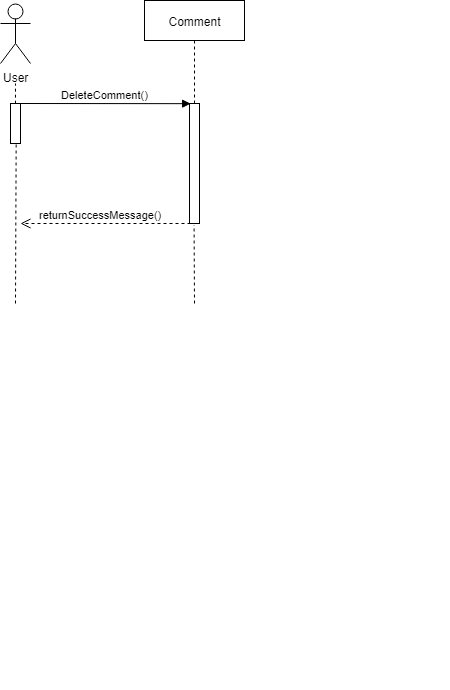
Before: Behavioral/Sequence Diagram/Delete Comment.png, a diagram exported from draw.io (group-c/sw-project). Source tidied: cells renumbered, new cells last; positions are measured from the earlier drawing's top-left corner, leaving out a move shared by most shapes.
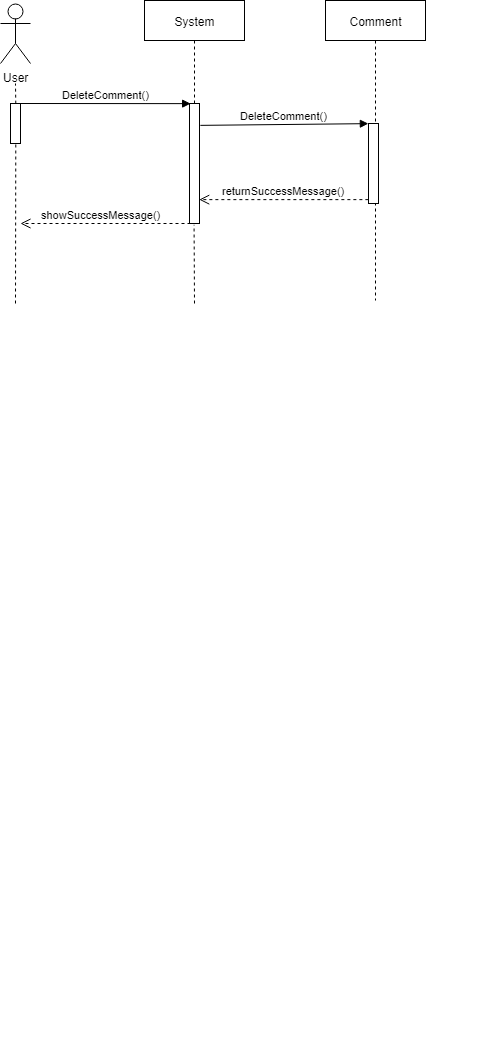
The same file after the commit.

Commit message:
Added Delete Comment. Reyhaneh

What changed in the source:
```diff
@@ -11,37 +11,49 @@
     <mxCell id="4" style="html=1;points=[];perimeter=orthogonalPerimeter;" parent="1" vertex="1">
       <mxGeometry x="189" y="103" width="10" height="120" as="geometry" />
     </mxCell>
-    <mxCell id="5" style="endArrow=none;dashed=1;html=1;exitX=0.523;exitY=0.002;exitDx=0;exitDy=0;exitPerimeter=0;" parent="1" edge="1" source="3">
-      <mxGeometry relative="1" as="geometry">
-        <mxPoint x="15" y="83" as="targetPoint" />
-      </mxGeometry>
-    </mxCell>
-    <mxCell id="6" style="endArrow=none;dashed=1;html=1;entryX=0.532;entryY=1.01;entryDx=0;entryDy=0;entryPerimeter=0;" parent="1" edge="1" target="3">
-      <mxGeometry relative="1" as="geometry">
-        <mxPoint x="15" y="303" as="sourcePoint" />
-      </mxGeometry>
-    </mxCell>
+    <mxCell id="12" style="endArrow=none;dashed=1;html=1;exitX=0.523;exitY=0.002;exitDx=0;exitDy=0;exitPerimeter=0;" parent="1" edge="1" source="3">
+      <mxGeometry relative="1" as="geometry">
+        <mxPoint x="15" y="83" as="targetPoint" />
+      </mxGeometry>
+    </mxCell>
+    <mxCell id="13" style="endArrow=none;dashed=1;html=1;entryX=0.532;entryY=1.01;entryDx=0;entryDy=0;entryPerimeter=0;" parent="1" edge="1" target="3">
+      <mxGeometry relative="1" as="geometry">
+        <mxPoint x="15" y="303" as="sourcePoint" />
+      </mxGeometry>
+    </mxCell>
     <mxCell id="7" value="DeleteComment()" style="html=1;verticalAlign=bottom;endArrow=block;entryX=0.1;entryY=0;entryDx=0;entryDy=0;entryPerimeter=0;" parent="1" edge="1" target="4">
       <mxGeometry relative="1" as="geometry">
         <mxPoint x="20" y="103" as="sourcePoint" />
       </mxGeometry>
     </mxCell>
+    <mxCell id="14" value="showSuccessMessage()" style="html=1;verticalAlign=bottom;endArrow=open;dashed=1;endSize=8;" parent="1" edge="1">
+      <mxGeometry x="0.06" relative="1" as="geometry">
+        <mxPoint x="190" y="223" as="sourcePoint" />
+        <mxPoint x="20" y="223" as="targetPoint" />
+      </mxGeometry>
+    </mxCell>
+    <mxCell id="15" style="endArrow=none;dashed=1;html=1;entryX=0.471;entryY=1.011;entryDx=0;entryDy=0;entryPerimeter=0;" parent="1" edge="1" target="4">
+      <mxGeometry relative="1" as="geometry">
+        <mxPoint x="194" y="303" as="sourcePoint" />
+      </mxGeometry>
+    </mxCell>
+    <mxCell id="16" value="&lt;br&gt;&lt;br&gt;" style="text;html=1;align=left;verticalAlign=top;spacingTop=-4;" parent="1" vertex="1">
+      <mxGeometry x="473" y="1008" width="20" height="30" as="geometry" />
+    </mxCell>
+    <mxCell id="17" value="System" style="shape=umlLifeline;perimeter=lifelinePerimeter;whiteSpace=wrap;html=1;" parent="1" vertex="1">
+      <mxGeometry x="144" width="100" height="103" as="geometry" />
+    </mxCell>
+    <mxCell id="11" value="Comment" style="shape=umlLifeline;perimeter=lifelinePerimeter;whiteSpace=wrap;html=1;" parent="1" vertex="1">
+      <mxGeometry x="325" width="100" height="300" as="geometry" />
+    </mxCell>
+    <mxCell id="18" style="html=1;points=[];perimeter=orthogonalPerimeter;" parent="11" vertex="1">
+      <mxGeometry x="43" y="123" width="10" height="80" as="geometry" />
+    </mxCell>
+    <mxCell id="19" value="DeleteComment()" style="html=1;verticalAlign=bottom;endArrow=block;entryX=0;entryY=0;exitX=1.1;exitY=0.181;exitDx=0;exitDy=0;exitPerimeter=0;" parent="1" edge="1" source="4" target="18">
+      <mxGeometry relative="1" as="geometry" />
+    </mxCell>
-    <mxCell id="8" value="returnSuccessMessage()" style="html=1;verticalAlign=bottom;endArrow=open;dashed=1;endSize=8;" parent="1" edge="1">
-      <mxGeometry x="0.06" relative="1" as="geometry">
-        <mxPoint x="190" y="223" as="sourcePoint" />
-        <mxPoint x="20" y="223" as="targetPoint" />
-      </mxGeometry>
+    <mxCell id="8" value="returnSuccessMessage()" style="html=1;verticalAlign=bottom;endArrow=open;dashed=1;endSize=8;exitX=0;exitY=0.95;entryX=0.967;entryY=0.8;entryDx=0;entryDy=0;entryPerimeter=0;" parent="1" edge="1" source="18" target="4">
+      <mxGeometry relative="1" as="geometry" />
     </mxCell>
-    <mxCell id="9" style="endArrow=none;dashed=1;html=1;entryX=0.471;entryY=1.011;entryDx=0;entryDy=0;entryPerimeter=0;" parent="1" edge="1" target="4">
-      <mxGeometry relative="1" as="geometry">
-        <mxPoint x="194" y="303" as="sourcePoint" />
-      </mxGeometry>
-    </mxCell>
-    <mxCell id="10" value="&lt;br&gt;&lt;br&gt;" style="text;html=1;align=left;verticalAlign=top;spacingTop=-4;" parent="1" vertex="1">
-      <mxGeometry x="428" y="658" width="20" height="30" as="geometry" />
-    </mxCell>
-    <mxCell id="11" value="Comment" style="shape=umlLifeline;perimeter=lifelinePerimeter;whiteSpace=wrap;html=1;" parent="1" vertex="1">
-      <mxGeometry x="144" width="100" height="103" as="geometry" />
-    </mxCell>
   </root>
 </mxGraphModel>
```
